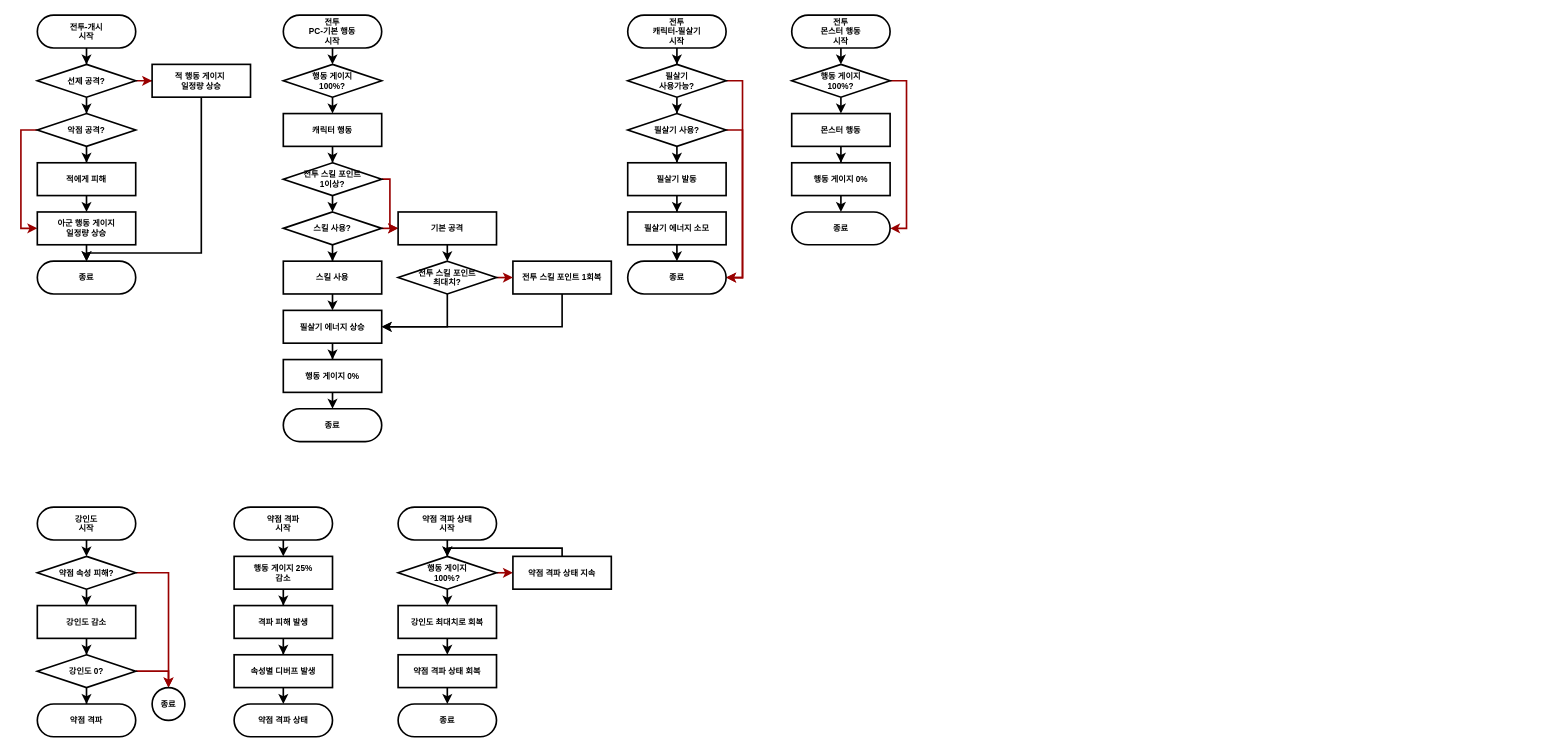
This is 기획/붕괴 스타레일/스타레일 전투 차트.drawio from yjk0401/unityenginebasic_9th, a draw.io file, before an edit. Source tidied: cells renumbered, new cells numbered last; positions are measured from the earlier drawing's top-left corner, leaving out a move shared by most shapes. Both pictures are drawn from the tidied source at 82%, with x=0, y=0 at pixel (37, 15).
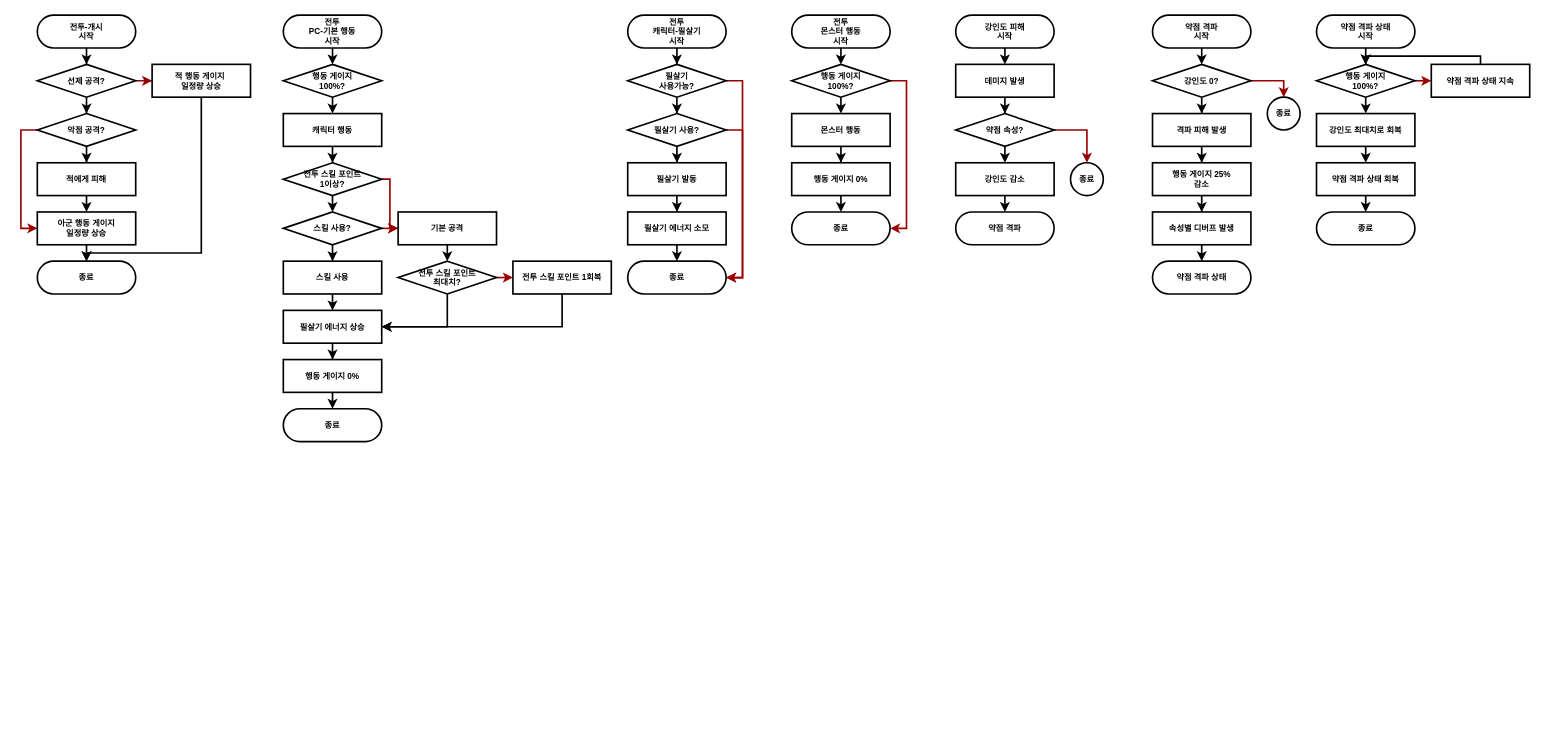
Above is the later version.

Diff of the diagram source:
```diff
@@
-    <mxCell id="49" style="edgeStyle=orthogonalEdgeStyle;rounded=0;jettySize=auto;html=1;exitX=0.5;exitY=1;exitDx=0;exitDy=0;strokeWidth=2;fontSize=10;fontStyle=1;" parent="1" edge="1" source="50" target="74">
-      <mxGeometry relative="1" as="geometry" />
-    </mxCell>
-    <mxCell id="50" value="약점 격파 상태&lt;div style=&quot;font-size: 10px;&quot;&gt;시작&lt;/div&gt;" style="rounded=1;whiteSpace=wrap;html=1;arcSize=50;strokeWidth=2;fontSize=10;fontStyle=1;" parent="1" vertex="1">
-      <mxGeometry x="440" y="600" width="120" height="40" as="geometry" />
-    </mxCell>
-    <mxCell id="51" style="edgeStyle=orthogonalEdgeStyle;rounded=0;jettySize=auto;html=1;exitX=0.5;exitY=1;exitDx=0;exitDy=0;entryX=0.5;entryY=0;entryDx=0;entryDy=0;strokeWidth=2;fontSize=10;fontStyle=1;" parent="1" edge="1" source="52" target="55">
-      <mxGeometry relative="1" as="geometry" />
-    </mxCell>
-    <mxCell id="52" value="강인도&lt;div style=&quot;font-size: 10px;&quot;&gt;&lt;span style=&quot;background-color: initial; font-size: 10px;&quot;&gt;시작&lt;/span&gt;&lt;/div&gt;" style="rounded=1;whiteSpace=wrap;html=1;arcSize=50;strokeWidth=2;fontSize=10;fontStyle=1;" parent="1" vertex="1">
-      <mxGeometry y="600" width="120" height="40" as="geometry" />
-    </mxCell>
-    <mxCell id="53" style="edgeStyle=orthogonalEdgeStyle;rounded=0;jettySize=auto;html=1;exitX=0.5;exitY=1;exitDx=0;exitDy=0;strokeWidth=2;fontSize=10;fontStyle=1;" parent="1" edge="1" source="55" target="57">
-      <mxGeometry relative="1" as="geometry" />
-    </mxCell>
-    <mxCell id="54" style="edgeStyle=orthogonalEdgeStyle;rounded=0;jettySize=auto;html=1;exitX=1;exitY=0.5;exitDx=0;exitDy=0;entryX=0.5;entryY=0;entryDx=0;entryDy=0;strokeColor=#990000;strokeWidth=2;fontSize=10;fontStyle=1;" parent="1" edge="1" source="55" target="70">
-      <mxGeometry relative="1" as="geometry" />
-    </mxCell>
-    <mxCell id="55" value="약점 속성 피해?" style="rhombus;whiteSpace=wrap;html=1;strokeWidth=2;fontSize=10;fontStyle=1;" parent="1" vertex="1">
-      <mxGeometry y="660" width="120" height="40" as="geometry" />
-    </mxCell>
-    <mxCell id="56" style="edgeStyle=orthogonalEdgeStyle;rounded=0;jettySize=auto;html=1;exitX=0.5;exitY=1;exitDx=0;exitDy=0;strokeWidth=2;fontSize=10;fontStyle=1;" parent="1" edge="1" source="57" target="60">
-      <mxGeometry relative="1" as="geometry" />
-    </mxCell>
-    <mxCell id="57" value="강인도 감소" style="rounded=1;whiteSpace=wrap;html=1;arcSize=0;strokeWidth=2;fontSize=10;fontStyle=1;" parent="1" vertex="1">
-      <mxGeometry y="720" width="120" height="40" as="geometry" />
-    </mxCell>
-    <mxCell id="58" style="edgeStyle=orthogonalEdgeStyle;rounded=0;jettySize=auto;html=1;exitX=0.5;exitY=1;exitDx=0;exitDy=0;strokeWidth=2;fontSize=10;fontStyle=1;" parent="1" edge="1" source="60" target="69">
-      <mxGeometry relative="1" as="geometry" />
-    </mxCell>
-    <mxCell id="59" style="edgeStyle=orthogonalEdgeStyle;rounded=0;jettySize=auto;html=1;exitX=1;exitY=0.5;exitDx=0;exitDy=0;entryX=0.5;entryY=0;entryDx=0;entryDy=0;strokeColor=#990000;strokeWidth=2;fontSize=10;fontStyle=1;" parent="1" edge="1" source="60" target="70">
-      <mxGeometry relative="1" as="geometry" />
-    </mxCell>
-    <mxCell id="60" value="강인도 0?" style="rhombus;whiteSpace=wrap;html=1;strokeWidth=2;fontSize=10;fontStyle=1;" parent="1" vertex="1">
-      <mxGeometry y="780" width="120" height="40" as="geometry" />
-    </mxCell>
-    <mxCell id="61" style="edgeStyle=orthogonalEdgeStyle;rounded=0;jettySize=auto;html=1;exitX=0.5;exitY=1;exitDx=0;exitDy=0;strokeWidth=2;fontSize=10;fontStyle=1;" parent="1" edge="1" source="62" target="64">
-      <mxGeometry relative="1" as="geometry" />
-    </mxCell>
-    <mxCell id="62" value="행동 게이지 25%&lt;div style=&quot;font-size: 10px;&quot;&gt;감소&lt;/div&gt;" style="rounded=1;whiteSpace=wrap;html=1;arcSize=0;strokeWidth=2;fontSize=10;fontStyle=1;" parent="1" vertex="1">
-      <mxGeometry x="240" y="660" width="120" height="40" as="geometry" />
-    </mxCell>
-    <mxCell id="63" style="edgeStyle=orthogonalEdgeStyle;rounded=0;jettySize=auto;html=1;exitX=0.5;exitY=1;exitDx=0;exitDy=0;strokeWidth=2;fontSize=10;fontStyle=1;" parent="1" edge="1" source="64" target="66">
-      <mxGeometry relative="1" as="geometry" />
-    </mxCell>
-    <mxCell id="64" value="격파 피해 발생" style="rounded=1;whiteSpace=wrap;html=1;arcSize=0;strokeWidth=2;fontSize=10;fontStyle=1;" parent="1" vertex="1">
-      <mxGeometry x="240" y="720" width="120" height="40" as="geometry" />
-    </mxCell>
-    <mxCell id="65" style="edgeStyle=orthogonalEdgeStyle;rounded=0;jettySize=auto;html=1;exitX=0.5;exitY=1;exitDx=0;exitDy=0;entryX=0.5;entryY=0;entryDx=0;entryDy=0;strokeWidth=2;fontSize=10;fontStyle=1;" parent="1" edge="1" source="66" target="71">
-      <mxGeometry relative="1" as="geometry" />
-    </mxCell>
-    <mxCell id="66" value="속성별 디버프 발생" style="rounded=1;whiteSpace=wrap;html=1;arcSize=0;strokeWidth=2;fontSize=10;fontStyle=1;" parent="1" vertex="1">
-      <mxGeometry x="240" y="780" width="120" height="40" as="geometry" />
-    </mxCell>
-    <mxCell id="67" style="edgeStyle=orthogonalEdgeStyle;rounded=0;jettySize=auto;html=1;exitX=0.5;exitY=1;exitDx=0;exitDy=0;entryX=0.5;entryY=0;entryDx=0;entryDy=0;strokeWidth=2;fontSize=10;fontStyle=1;" parent="1" edge="1" source="68" target="62">
-      <mxGeometry relative="1" as="geometry" />
-    </mxCell>
-    <mxCell id="68" value="약점 격파&lt;div style=&quot;font-size: 10px;&quot;&gt;시작&lt;/div&gt;" style="rounded=1;whiteSpace=wrap;html=1;arcSize=50;strokeWidth=2;fontSize=10;fontStyle=1;" parent="1" vertex="1">
-      <mxGeometry x="240" y="600" width="120" height="40" as="geometry" />
-    </mxCell>
-    <mxCell id="69" value="약점 격파" style="rounded=1;whiteSpace=wrap;html=1;arcSize=50;strokeWidth=2;fontSize=10;fontStyle=1;" parent="1" vertex="1">
-      <mxGeometry y="840" width="120" height="40" as="geometry" />
-    </mxCell>
-    <mxCell id="70" value="종료" style="rounded=1;whiteSpace=wrap;html=1;arcSize=50;strokeWidth=2;fontSize=10;fontStyle=1;" parent="1" vertex="1">
-      <mxGeometry x="140" y="820" width="40" height="40" as="geometry" />
-    </mxCell>
-    <mxCell id="71" value="약점 격파 상태" style="rounded=1;whiteSpace=wrap;html=1;arcSize=50;strokeWidth=2;fontSize=10;fontStyle=1;" parent="1" vertex="1">
-      <mxGeometry x="240" y="840" width="120" height="40" as="geometry" />
-    </mxCell>
-    <mxCell id="72" style="edgeStyle=orthogonalEdgeStyle;rounded=0;jettySize=auto;html=1;exitX=0.5;exitY=1;exitDx=0;exitDy=0;entryX=0.5;entryY=0;entryDx=0;entryDy=0;strokeWidth=2;fontSize=10;fontStyle=1;" parent="1" edge="1" source="74" target="81">
-      <mxGeometry relative="1" as="geometry" />
-    </mxCell>
-    <mxCell id="73" style="edgeStyle=orthogonalEdgeStyle;rounded=0;jettySize=auto;html=1;exitX=1;exitY=0.5;exitDx=0;exitDy=0;entryX=0;entryY=0.5;entryDx=0;entryDy=0;strokeColor=#990000;strokeWidth=2;fontSize=10;fontStyle=1;" parent="1" edge="1" source="74" target="78">
-      <mxGeometry relative="1" as="geometry" />
-    </mxCell>
-    <mxCell id="74" value="행동 게이지&lt;div style=&quot;font-size: 10px;&quot;&gt;&lt;span style=&quot;background-color: initial; font-size: 10px;&quot;&gt;100%?&lt;/span&gt;&lt;/div&gt;" style="rhombus;whiteSpace=wrap;html=1;strokeWidth=2;fontSize=10;fontStyle=1;" parent="1" vertex="1">
-      <mxGeometry x="440" y="660" width="120" height="40" as="geometry" />
-    </mxCell>
-    <mxCell id="75" style="edgeStyle=orthogonalEdgeStyle;rounded=0;jettySize=auto;html=1;exitX=0.5;exitY=1;exitDx=0;exitDy=0;entryX=0.5;entryY=0;entryDx=0;entryDy=0;strokeWidth=2;" parent="1" edge="1" source="76" target="79">
-      <mxGeometry relative="1" as="geometry" />
-    </mxCell>
-    <mxCell id="76" value="약점 격파 상태 회복" style="rounded=1;whiteSpace=wrap;html=1;arcSize=0;strokeWidth=2;fontSize=10;fontStyle=1;" parent="1" vertex="1">
-      <mxGeometry x="440" y="780" width="120" height="40" as="geometry" />
-    </mxCell>
-    <mxCell id="77" style="edgeStyle=orthogonalEdgeStyle;rounded=0;jettySize=auto;html=1;exitX=0.5;exitY=0;exitDx=0;exitDy=0;entryX=0.5;entryY=0;entryDx=0;entryDy=0;strokeWidth=2;fontSize=10;fontStyle=1;" parent="1" edge="1" source="78" target="74">
-      <mxGeometry relative="1" as="geometry">
-        <Array as="points">
-          <mxPoint x="640" y="650" />
-          <mxPoint x="500" y="650" />
-        </Array>
-      </mxGeometry>
-    </mxCell>
-    <mxCell id="78" value="약점 격파 상태 지속" style="rounded=1;whiteSpace=wrap;html=1;arcSize=0;strokeWidth=2;fontSize=10;fontStyle=1;" parent="1" vertex="1">
-      <mxGeometry x="580" y="660" width="120" height="40" as="geometry" />
-    </mxCell>
-    <mxCell id="79" value="종료" style="rounded=1;whiteSpace=wrap;html=1;arcSize=50;strokeWidth=2;fontSize=10;fontStyle=1;" parent="1" vertex="1">
-      <mxGeometry x="440" y="840" width="120" height="40" as="geometry" />
-    </mxCell>
-    <mxCell id="80" style="edgeStyle=orthogonalEdgeStyle;rounded=0;jettySize=auto;html=1;exitX=0.5;exitY=1;exitDx=0;exitDy=0;strokeWidth=2;entryX=0.5;entryY=0;entryDx=0;entryDy=0;" parent="1" edge="1" source="81" target="76">
-      <mxGeometry relative="1" as="geometry" />
-    </mxCell>
-    <mxCell id="81" value="강인도 최대치로 회복" style="rounded=1;whiteSpace=wrap;html=1;arcSize=0;strokeWidth=2;fontSize=10;fontStyle=1;" parent="1" vertex="1">
-      <mxGeometry x="440" y="720" width="120" height="40" as="geometry" />
-    </mxCell>
@@
+    <mxCell id="49" style="edgeStyle=orthogonalEdgeStyle;rounded=0;jettySize=auto;html=1;exitX=0.5;exitY=1;exitDx=0;exitDy=0;strokeWidth=2;fontSize=10;fontStyle=1;" parent="1" edge="1" source="50" target="74">
+      <mxGeometry relative="1" as="geometry" />
+    </mxCell>
+    <mxCell id="50" value="약점 격파 상태&lt;div style=&quot;font-size: 10px;&quot;&gt;시작&lt;/div&gt;" style="rounded=1;whiteSpace=wrap;html=1;arcSize=50;strokeWidth=2;fontSize=10;fontStyle=1;" parent="1" vertex="1">
+      <mxGeometry x="1560" width="120" height="40" as="geometry" />
+    </mxCell>
+    <mxCell id="99" style="edgeStyle=orthogonalEdgeStyle;rounded=0;jettySize=auto;html=1;exitX=1;exitY=0.5;exitDx=0;exitDy=0;entryX=0.5;entryY=0;entryDx=0;entryDy=0;strokeColor=#990000;strokeWidth=2;fontSize=10;fontStyle=1;" parent="1" edge="1" source="60" target="104">
+      <mxGeometry relative="1" as="geometry" />
+    </mxCell>
+    <mxCell id="100" style="edgeStyle=orthogonalEdgeStyle;rounded=0;jettySize=auto;html=1;exitX=0.5;exitY=1;exitDx=0;exitDy=0;strokeWidth=2;" parent="1" edge="1" source="60" target="64">
+      <mxGeometry relative="1" as="geometry" />
+    </mxCell>
+    <mxCell id="60" value="강인도 0?" style="rhombus;whiteSpace=wrap;html=1;strokeWidth=2;fontSize=10;fontStyle=1;" parent="1" vertex="1">
+      <mxGeometry x="1360" y="60" width="120" height="40" as="geometry" />
+    </mxCell>
+    <mxCell id="101" style="edgeStyle=orthogonalEdgeStyle;rounded=0;jettySize=auto;html=1;exitX=0.5;exitY=1;exitDx=0;exitDy=0;strokeWidth=2;fontSize=10;fontStyle=1;" parent="1" edge="1" source="64" target="62">
+      <mxGeometry relative="1" as="geometry" />
+    </mxCell>
+    <mxCell id="64" value="격파 피해 발생" style="rounded=1;whiteSpace=wrap;html=1;arcSize=0;strokeWidth=2;fontSize=10;fontStyle=1;" parent="1" vertex="1">
+      <mxGeometry x="1360" y="120" width="120" height="40" as="geometry" />
+    </mxCell>
+    <mxCell id="102" style="edgeStyle=orthogonalEdgeStyle;rounded=0;jettySize=auto;html=1;exitX=0.5;exitY=1;exitDx=0;exitDy=0;strokeWidth=2;fontSize=10;fontStyle=1;" parent="1" edge="1" source="62" target="66">
+      <mxGeometry relative="1" as="geometry" />
+    </mxCell>
+    <mxCell id="62" value="행동 게이지 25%&lt;div&gt;감소&lt;/div&gt;" style="rounded=1;whiteSpace=wrap;html=1;arcSize=0;strokeWidth=2;fontSize=10;fontStyle=1;" parent="1" vertex="1">
+      <mxGeometry x="1360" y="180" width="120" height="40" as="geometry" />
+    </mxCell>
+    <mxCell id="65" style="edgeStyle=orthogonalEdgeStyle;rounded=0;jettySize=auto;html=1;exitX=0.5;exitY=1;exitDx=0;exitDy=0;entryX=0.5;entryY=0;entryDx=0;entryDy=0;strokeWidth=2;fontSize=10;fontStyle=1;" parent="1" edge="1" source="66" target="71">
+      <mxGeometry relative="1" as="geometry" />
+    </mxCell>
+    <mxCell id="66" value="속성별 디버프 발생" style="rounded=1;whiteSpace=wrap;html=1;arcSize=0;strokeWidth=2;fontSize=10;fontStyle=1;" parent="1" vertex="1">
+      <mxGeometry x="1360" y="240" width="120" height="40" as="geometry" />
+    </mxCell>
+    <mxCell id="103" style="edgeStyle=orthogonalEdgeStyle;rounded=0;jettySize=auto;html=1;exitX=0.5;exitY=1;exitDx=0;exitDy=0;entryX=0.5;entryY=0;entryDx=0;entryDy=0;strokeWidth=2;" parent="1" edge="1" source="68" target="60">
+      <mxGeometry relative="1" as="geometry" />
+    </mxCell>
+    <mxCell id="68" value="약점 격파&lt;div style=&quot;font-size: 10px;&quot;&gt;시작&lt;/div&gt;" style="rounded=1;whiteSpace=wrap;html=1;arcSize=50;strokeWidth=2;fontSize=10;fontStyle=1;" parent="1" vertex="1">
+      <mxGeometry x="1360" width="120" height="40" as="geometry" />
+    </mxCell>
+    <mxCell id="104" value="종료" style="rounded=1;whiteSpace=wrap;html=1;arcSize=50;strokeWidth=2;fontSize=10;fontStyle=1;" parent="1" vertex="1">
+      <mxGeometry x="1500" y="100" width="40" height="40" as="geometry" />
+    </mxCell>
+    <mxCell id="71" value="약점 격파 상태" style="rounded=1;whiteSpace=wrap;html=1;arcSize=50;strokeWidth=2;fontSize=10;fontStyle=1;" parent="1" vertex="1">
+      <mxGeometry x="1360" y="300" width="120" height="40" as="geometry" />
+    </mxCell>
+    <mxCell id="72" style="edgeStyle=orthogonalEdgeStyle;rounded=0;jettySize=auto;html=1;exitX=0.5;exitY=1;exitDx=0;exitDy=0;entryX=0.5;entryY=0;entryDx=0;entryDy=0;strokeWidth=2;fontSize=10;fontStyle=1;" parent="1" edge="1" source="74" target="81">
+      <mxGeometry relative="1" as="geometry" />
+    </mxCell>
+    <mxCell id="73" style="edgeStyle=orthogonalEdgeStyle;rounded=0;jettySize=auto;html=1;exitX=1;exitY=0.5;exitDx=0;exitDy=0;entryX=0;entryY=0.5;entryDx=0;entryDy=0;strokeColor=#990000;strokeWidth=2;fontSize=10;fontStyle=1;" parent="1" edge="1" source="74" target="78">
+      <mxGeometry relative="1" as="geometry" />
+    </mxCell>
+    <mxCell id="74" value="행동 게이지&lt;div style=&quot;font-size: 10px;&quot;&gt;&lt;span style=&quot;background-color: initial; font-size: 10px;&quot;&gt;100%?&lt;/span&gt;&lt;/div&gt;" style="rhombus;whiteSpace=wrap;html=1;strokeWidth=2;fontSize=10;fontStyle=1;" parent="1" vertex="1">
+      <mxGeometry x="1560" y="60" width="120" height="40" as="geometry" />
+    </mxCell>
+    <mxCell id="105" style="edgeStyle=orthogonalEdgeStyle;rounded=0;jettySize=auto;html=1;exitX=0.5;exitY=1;exitDx=0;exitDy=0;entryX=0.5;entryY=0;entryDx=0;entryDy=0;strokeWidth=2;" parent="1" edge="1" source="76" target="106">
+      <mxGeometry relative="1" as="geometry" />
+    </mxCell>
+    <mxCell id="76" value="약점 격파 상태 회복" style="rounded=1;whiteSpace=wrap;html=1;arcSize=0;strokeWidth=2;fontSize=10;fontStyle=1;" parent="1" vertex="1">
+      <mxGeometry x="1560" y="180" width="120" height="40" as="geometry" />
+    </mxCell>
+    <mxCell id="77" style="edgeStyle=orthogonalEdgeStyle;rounded=0;jettySize=auto;html=1;exitX=0.5;exitY=0;exitDx=0;exitDy=0;entryX=0.5;entryY=0;entryDx=0;entryDy=0;strokeWidth=2;fontSize=10;fontStyle=1;" parent="1" edge="1" source="78" target="74">
+      <mxGeometry relative="1" as="geometry">
+        <Array as="points">
+          <mxPoint x="1760" y="50" />
+          <mxPoint x="1620" y="50" />
+        </Array>
+      </mxGeometry>
+    </mxCell>
+    <mxCell id="78" value="약점 격파 상태 지속" style="rounded=1;whiteSpace=wrap;html=1;arcSize=0;strokeWidth=2;fontSize=10;fontStyle=1;" parent="1" vertex="1">
+      <mxGeometry x="1700" y="60" width="120" height="40" as="geometry" />
+    </mxCell>
+    <mxCell id="106" value="종료" style="rounded=1;whiteSpace=wrap;html=1;arcSize=50;strokeWidth=2;fontSize=10;fontStyle=1;" parent="1" vertex="1">
+      <mxGeometry x="1560" y="240" width="120" height="40" as="geometry" />
+    </mxCell>
+    <mxCell id="80" style="edgeStyle=orthogonalEdgeStyle;rounded=0;jettySize=auto;html=1;exitX=0.5;exitY=1;exitDx=0;exitDy=0;strokeWidth=2;entryX=0.5;entryY=0;entryDx=0;entryDy=0;" parent="1" edge="1" source="81" target="76">
+      <mxGeometry relative="1" as="geometry" />
+    </mxCell>
+    <mxCell id="81" value="강인도 최대치로 회복" style="rounded=1;whiteSpace=wrap;html=1;arcSize=0;strokeWidth=2;fontSize=10;fontStyle=1;" parent="1" vertex="1">
+      <mxGeometry x="1560" y="120" width="120" height="40" as="geometry" />
+    </mxCell>
+    <mxCell id="107" style="edgeStyle=orthogonalEdgeStyle;rounded=0;jettySize=auto;html=1;exitX=0.5;exitY=1;exitDx=0;exitDy=0;entryX=0.5;entryY=0;entryDx=0;entryDy=0;strokeWidth=2;fontSize=10;fontStyle=1;" parent="1" edge="1" source="108" target="112">
+      <mxGeometry relative="1" as="geometry" />
+    </mxCell>
+    <mxCell id="108" value="강인도 피해&lt;div style=&quot;font-size: 10px;&quot;&gt;&lt;span style=&quot;background-color: initial; font-size: 10px;&quot;&gt;시작&lt;/span&gt;&lt;/div&gt;" style="rounded=1;whiteSpace=wrap;html=1;arcSize=50;strokeWidth=2;fontSize=10;fontStyle=1;" parent="1" vertex="1">
+      <mxGeometry x="1120" width="120" height="40" as="geometry" />
+    </mxCell>
+    <mxCell id="109" style="edgeStyle=orthogonalEdgeStyle;rounded=0;jettySize=auto;html=1;exitX=0.5;exitY=1;exitDx=0;exitDy=0;strokeWidth=2;fontSize=10;fontStyle=1;entryX=0.5;entryY=0;entryDx=0;entryDy=0;" parent="1" edge="1" source="57" target="69">
+      <mxGeometry relative="1" as="geometry" />
+    </mxCell>
+    <mxCell id="57" value="강인도 감소" style="rounded=1;whiteSpace=wrap;html=1;arcSize=0;strokeWidth=2;fontSize=10;fontStyle=1;" parent="1" vertex="1">
+      <mxGeometry x="1120" y="180" width="120" height="40" as="geometry" />
+    </mxCell>
+    <mxCell id="69" value="약점 격파" style="rounded=1;whiteSpace=wrap;html=1;arcSize=50;strokeWidth=2;fontSize=10;fontStyle=1;" parent="1" vertex="1">
+      <mxGeometry x="1120" y="240" width="120" height="40" as="geometry" />
+    </mxCell>
+    <mxCell id="110" value="종료" style="rounded=1;whiteSpace=wrap;html=1;arcSize=50;strokeWidth=2;fontSize=10;fontStyle=1;" parent="1" vertex="1">
+      <mxGeometry x="1260" y="180" width="40" height="40" as="geometry" />
+    </mxCell>
+    <mxCell id="111" style="edgeStyle=orthogonalEdgeStyle;rounded=0;jettySize=auto;html=1;exitX=0.5;exitY=1;exitDx=0;exitDy=0;strokeWidth=2;" parent="1" edge="1" source="112" target="115">
+      <mxGeometry relative="1" as="geometry" />
+    </mxCell>
+    <mxCell id="112" value="데미지 발생" style="rounded=1;whiteSpace=wrap;html=1;arcSize=0;strokeWidth=2;fontSize=10;fontStyle=1;" parent="1" vertex="1">
+      <mxGeometry x="1120" y="60" width="120" height="40" as="geometry" />
+    </mxCell>
+    <mxCell id="113" style="edgeStyle=orthogonalEdgeStyle;rounded=0;jettySize=auto;html=1;exitX=1;exitY=0.5;exitDx=0;exitDy=0;strokeWidth=2;strokeColor=#990000;" parent="1" edge="1" source="115" target="110">
+      <mxGeometry relative="1" as="geometry" />
+    </mxCell>
+    <mxCell id="114" style="edgeStyle=orthogonalEdgeStyle;rounded=0;jettySize=auto;html=1;exitX=0.5;exitY=1;exitDx=0;exitDy=0;strokeWidth=2;entryX=0.5;entryY=0;entryDx=0;entryDy=0;" parent="1" edge="1" source="115" target="57">
+      <mxGeometry relative="1" as="geometry" />
+    </mxCell>
+    <mxCell id="115" value="약점 속성?" style="rhombus;whiteSpace=wrap;html=1;strokeWidth=2;fontSize=10;fontStyle=1;" parent="1" vertex="1">
+      <mxGeometry x="1120" y="120" width="120" height="40" as="geometry" />
+    </mxCell>
```
